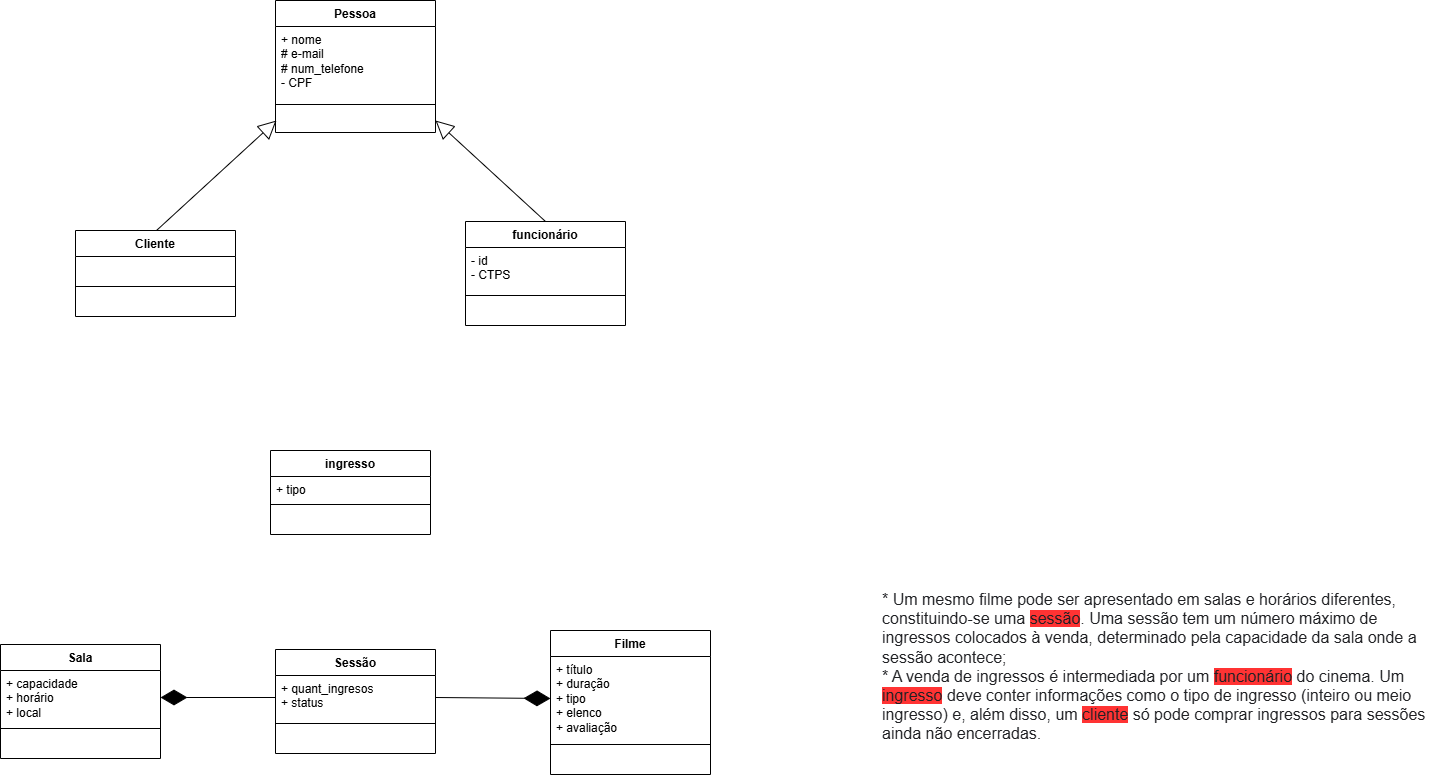
Before: APOO/cinema_diagrama_classe.png, a diagram exported from draw.io (joao-marcos-azvd/Estudos-de-programacao). Source tidied: cells renumbered, new cells last; positions are measured from the earlier drawing's top-left corner, leaving out a move shared by most shapes. Source of this version:
```xml
<mxGraphModel>
  <root>
    <mxCell id="0" />
    <mxCell id="1" parent="0" />
    <mxCell id="2" value="&lt;div style=&quot;color: rgb(32, 33, 36); font-family: docs-Roboto, Helvetica, Arial, sans-serif; font-size: 16px; font-style: normal; font-variant-ligatures: normal; font-variant-caps: normal; font-weight: 400; letter-spacing: normal; orphans: 2; text-align: start; text-indent: 0px; text-transform: none; widows: 2; word-spacing: 0px; -webkit-text-stroke-width: 0px; white-space: normal; background-color: rgb(255, 255, 255); text-decoration-thickness: initial; text-decoration-style: initial; text-decoration-color: initial;&quot;&gt;* Um mesmo filme pode ser apresentado em salas e horários diferentes, constituindo-se uma &lt;span style=&quot;background-color: rgb(255, 51, 51);&quot;&gt;sessão&lt;/span&gt;.&amp;nbsp;Uma sessão tem um número máximo de ingressos colocados à venda, determinado pela capacidade da sala onde a sessão acontece;&amp;nbsp;&lt;/div&gt;&lt;div style=&quot;color: rgb(32, 33, 36); font-family: docs-Roboto, Helvetica, Arial, sans-serif; font-size: 16px; font-style: normal; font-variant-ligatures: normal; font-variant-caps: normal; font-weight: 400; letter-spacing: normal; orphans: 2; text-align: start; text-indent: 0px; text-transform: none; widows: 2; word-spacing: 0px; -webkit-text-stroke-width: 0px; white-space: normal; text-decoration-thickness: initial; text-decoration-style: initial; text-decoration-color: initial;&quot;&gt;&lt;span style=&quot;background-color: rgb(255, 255, 255);&quot;&gt;* A venda de ingressos é intermediada por um &lt;/span&gt;&lt;span style=&quot;background-color: rgb(255, 51, 51);&quot;&gt;funcionário&lt;/span&gt;&lt;span style=&quot;background-color: rgb(255, 255, 255);&quot;&gt; do cinema. Um &lt;/span&gt;&lt;span style=&quot;background-color: rgb(255, 51, 51);&quot;&gt;ingresso&lt;/span&gt;&lt;span style=&quot;background-color: rgb(255, 255, 255);&quot;&gt; deve conter informações como o tipo de ingresso (inteiro ou meio ingresso) e, além disso, um &lt;/span&gt;&lt;span style=&quot;background-color: rgb(255, 51, 51);&quot;&gt;cliente&lt;/span&gt;&lt;span style=&quot;background-color: rgb(255, 255, 255);&quot;&gt; só pode comprar ingressos para sessões ainda não encerradas.&amp;nbsp; &amp;nbsp;&lt;/span&gt;&lt;/div&gt;" style="text;whiteSpace=wrap;html=1;" parent="1" vertex="1">
      <mxGeometry x="880" y="583" width="560" height="170" as="geometry" />
    </mxCell>
    <mxCell id="3" value="Sala" style="swimlane;fontStyle=1;align=center;verticalAlign=top;horizontal=1;startSize=26;whiteSpace=wrap;html=1;" parent="1" vertex="1">
      <mxGeometry y="644" width="160" height="114" as="geometry" />
    </mxCell>
    <mxCell id="4" value="+ capacidade&lt;div&gt;+ horário&lt;/div&gt;&lt;div&gt;+ local&lt;/div&gt;" style="text;strokeColor=none;fillColor=none;align=left;verticalAlign=top;spacingLeft=4;spacingRight=4;overflow=hidden;points=[[0,0.5],[1,0.5]];portConstraint=eastwest;whiteSpace=wrap;html=1;" parent="3" vertex="1">
      <mxGeometry y="26" width="160" height="54" as="geometry" />
    </mxCell>
    <mxCell id="5" style="line;strokeWidth=1;fillColor=none;align=left;verticalAlign=middle;spacingTop=-1;spacingLeft=3;spacingRight=3;labelPosition=right;strokeColor=inherit;" parent="3" vertex="1">
      <mxGeometry y="80" width="160" height="8" as="geometry" />
    </mxCell>
    <mxCell id="6" value="&amp;nbsp;" style="text;strokeColor=none;fillColor=none;align=left;verticalAlign=top;spacingLeft=4;spacingRight=4;overflow=hidden;whiteSpace=wrap;html=1;" parent="3" vertex="1">
      <mxGeometry y="88" width="160" height="26" as="geometry" />
    </mxCell>
    <mxCell id="7" value="ingresso" style="swimlane;fontStyle=1;align=center;verticalAlign=top;horizontal=1;startSize=26;whiteSpace=wrap;html=1;" parent="1" vertex="1">
      <mxGeometry x="270" y="450" width="160" height="84" as="geometry" />
    </mxCell>
    <mxCell id="8" value="+ tipo&lt;div&gt;&lt;br&gt;&lt;/div&gt;" style="text;strokeColor=none;fillColor=none;align=left;verticalAlign=top;spacingLeft=4;spacingRight=4;overflow=hidden;whiteSpace=wrap;html=1;" parent="7" vertex="1">
      <mxGeometry y="26" width="160" height="24" as="geometry" />
    </mxCell>
    <mxCell id="9" style="line;strokeWidth=1;fillColor=none;align=left;verticalAlign=middle;spacingTop=-1;spacingLeft=3;spacingRight=3;labelPosition=right;strokeColor=inherit;" parent="7" vertex="1">
      <mxGeometry y="50" width="160" height="8" as="geometry" />
    </mxCell>
    <mxCell id="10" value="&amp;nbsp;" style="text;strokeColor=none;fillColor=none;align=left;verticalAlign=top;spacingLeft=4;spacingRight=4;overflow=hidden;points=[[0,0.5],[1,0.5]];portConstraint=eastwest;whiteSpace=wrap;html=1;" parent="7" vertex="1">
      <mxGeometry y="58" width="160" height="26" as="geometry" />
    </mxCell>
    <mxCell id="11" value="funcionário" style="swimlane;fontStyle=1;align=center;verticalAlign=top;horizontal=1;startSize=26;whiteSpace=wrap;html=1;" parent="1" vertex="1">
      <mxGeometry x="465" y="221" width="160" height="104" as="geometry" />
    </mxCell>
    <mxCell id="12" value="- id&lt;div&gt;- CTPS&lt;/div&gt;" style="text;strokeColor=none;fillColor=none;align=left;verticalAlign=top;spacingLeft=4;spacingRight=4;overflow=hidden;whiteSpace=wrap;html=1;" parent="11" vertex="1">
      <mxGeometry y="26" width="160" height="44" as="geometry" />
    </mxCell>
    <mxCell id="13" style="line;strokeWidth=1;fillColor=none;align=left;verticalAlign=middle;spacingTop=-1;spacingLeft=3;spacingRight=3;labelPosition=right;strokeColor=inherit;" parent="11" vertex="1">
      <mxGeometry y="70" width="160" height="8" as="geometry" />
    </mxCell>
    <mxCell id="14" value="&amp;nbsp;" style="text;strokeColor=none;fillColor=none;align=left;verticalAlign=top;spacingLeft=4;spacingRight=4;overflow=hidden;whiteSpace=wrap;html=1;" parent="11" vertex="1">
      <mxGeometry y="78" width="160" height="26" as="geometry" />
    </mxCell>
    <mxCell id="15" value="Filme" style="swimlane;fontStyle=1;align=center;verticalAlign=top;horizontal=1;startSize=26;whiteSpace=wrap;html=1;" parent="1" vertex="1">
      <mxGeometry x="550" y="630" width="160" height="144" as="geometry" />
    </mxCell>
    <mxCell id="16" value="+ título&lt;div&gt;+ duração&lt;/div&gt;&lt;div&gt;+ tipo&lt;/div&gt;&lt;div&gt;+ elenco&lt;/div&gt;&lt;div&gt;+ avaliação&lt;/div&gt;" style="text;strokeColor=none;fillColor=none;align=left;verticalAlign=top;spacingLeft=4;spacingRight=4;overflow=hidden;points=[[0,0.5],[1,0.5]];portConstraint=eastwest;whiteSpace=wrap;html=1;" parent="15" vertex="1">
      <mxGeometry y="26" width="160" height="84" as="geometry" />
    </mxCell>
    <mxCell id="17" style="line;strokeWidth=1;fillColor=none;align=left;verticalAlign=middle;spacingTop=-1;spacingLeft=3;spacingRight=3;labelPosition=right;strokeColor=inherit;" parent="15" vertex="1">
      <mxGeometry y="110" width="160" height="8" as="geometry" />
    </mxCell>
    <mxCell id="18" value="&amp;nbsp;" style="text;strokeColor=none;fillColor=none;align=left;verticalAlign=top;spacingLeft=4;spacingRight=4;overflow=hidden;whiteSpace=wrap;html=1;" parent="15" vertex="1">
      <mxGeometry y="118" width="160" height="26" as="geometry" />
    </mxCell>
    <mxCell id="19" value="Cliente" style="swimlane;fontStyle=1;align=center;verticalAlign=top;horizontal=1;startSize=26;whiteSpace=wrap;html=1;" parent="1" vertex="1">
      <mxGeometry x="75" y="230" width="160" height="86" as="geometry" />
    </mxCell>
    <mxCell id="20" value="&amp;nbsp;" style="text;strokeColor=none;fillColor=none;align=left;verticalAlign=top;spacingLeft=4;spacingRight=4;overflow=hidden;whiteSpace=wrap;html=1;" parent="19" vertex="1">
      <mxGeometry y="26" width="160" height="26" as="geometry" />
    </mxCell>
    <mxCell id="21" style="line;strokeWidth=1;fillColor=none;align=left;verticalAlign=middle;spacingTop=-1;spacingLeft=3;spacingRight=3;labelPosition=right;strokeColor=inherit;" parent="19" vertex="1">
      <mxGeometry y="52" width="160" height="8" as="geometry" />
    </mxCell>
    <mxCell id="22" value="&amp;nbsp;" style="text;strokeColor=none;fillColor=none;align=left;verticalAlign=top;spacingLeft=4;spacingRight=4;overflow=hidden;whiteSpace=wrap;html=1;" parent="19" vertex="1">
      <mxGeometry y="60" width="160" height="26" as="geometry" />
    </mxCell>
    <mxCell id="23" value="Pessoa" style="swimlane;fontStyle=1;align=center;verticalAlign=top;horizontal=1;startSize=26;whiteSpace=wrap;html=1;" parent="1" vertex="1">
      <mxGeometry x="275" width="160" height="132" as="geometry" />
    </mxCell>
    <mxCell id="24" value="&lt;div&gt;+ nome&lt;/div&gt;&lt;div&gt;&lt;span style=&quot;background-color: initial;&quot;&gt;# e-mail&lt;/span&gt;&lt;/div&gt;&lt;div&gt;# num_telefone&lt;/div&gt;- CPF&lt;div&gt;&lt;br&gt;&lt;/div&gt;" style="text;strokeColor=none;fillColor=none;align=left;verticalAlign=top;spacingLeft=4;spacingRight=4;overflow=hidden;whiteSpace=wrap;html=1;" parent="23" vertex="1">
      <mxGeometry y="26" width="160" height="74" as="geometry" />
    </mxCell>
    <mxCell id="25" style="line;strokeWidth=1;fillColor=none;align=left;verticalAlign=middle;spacingTop=-1;spacingLeft=3;spacingRight=3;labelPosition=right;strokeColor=inherit;" parent="23" vertex="1">
      <mxGeometry y="100" width="160" height="8" as="geometry" />
    </mxCell>
    <mxCell id="26" value="&amp;nbsp;" style="text;strokeColor=none;fillColor=none;align=left;verticalAlign=top;spacingLeft=4;spacingRight=4;overflow=hidden;points=[[0,0.5],[1,0.5]];portConstraint=eastwest;whiteSpace=wrap;html=1;" parent="23" vertex="1">
      <mxGeometry y="108" width="160" height="24" as="geometry" />
    </mxCell>
    <mxCell id="27" value="Sessão" style="swimlane;fontStyle=1;align=center;verticalAlign=top;horizontal=1;startSize=26;whiteSpace=wrap;html=1;" parent="1" vertex="1">
      <mxGeometry x="275" y="649" width="160" height="104" as="geometry" />
    </mxCell>
    <mxCell id="28" value="+ quant_ingresos&lt;div&gt;+ status&lt;/div&gt;&lt;div&gt;&lt;br&gt;&lt;/div&gt;" style="text;strokeColor=none;fillColor=none;align=left;verticalAlign=top;spacingLeft=4;spacingRight=4;overflow=hidden;points=[[0,0.5],[1,0.5]];portConstraint=eastwest;whiteSpace=wrap;html=1;" parent="27" vertex="1">
      <mxGeometry y="26" width="160" height="44" as="geometry" />
    </mxCell>
    <mxCell id="29" style="line;strokeWidth=1;fillColor=none;align=left;verticalAlign=middle;spacingTop=-1;spacingLeft=3;spacingRight=3;labelPosition=right;strokeColor=inherit;" parent="27" vertex="1">
      <mxGeometry y="70" width="160" height="8" as="geometry" />
    </mxCell>
    <mxCell id="30" value="&amp;nbsp;" style="text;strokeColor=none;fillColor=none;align=left;verticalAlign=top;spacingLeft=4;spacingRight=4;overflow=hidden;whiteSpace=wrap;html=1;" parent="27" vertex="1">
      <mxGeometry y="78" width="160" height="26" as="geometry" />
    </mxCell>
    <mxCell id="31" style="endArrow=diamondThin;endFill=1;endSize=24;html=1;rounded=0;entryX=1;entryY=0.5;entryDx=0;entryDy=0;exitX=0;exitY=0.5;exitDx=0;exitDy=0;" parent="1" edge="1" source="28" target="4">
      <mxGeometry relative="1" as="geometry" />
    </mxCell>
    <mxCell id="32" style="endArrow=block;endSize=16;endFill=0;html=1;rounded=0;entryX=0;entryY=0.5;entryDx=0;entryDy=0;exitX=0.5;exitY=0;exitDx=0;exitDy=0;" parent="1" edge="1">
      <mxGeometry relative="1" as="geometry">
        <mxPoint x="156" y="230" as="sourcePoint" />
        <mxPoint x="276" y="120" as="targetPoint" />
      </mxGeometry>
    </mxCell>
    <mxCell id="33" style="endArrow=block;endSize=16;endFill=0;html=1;rounded=0;entryX=1;entryY=0.5;entryDx=0;entryDy=0;exitX=0.5;exitY=0;exitDx=0;exitDy=0;" parent="1" edge="1" source="11" target="26">
      <mxGeometry relative="1" as="geometry" />
    </mxCell>
    <mxCell id="34" style="endArrow=diamondThin;endFill=1;endSize=24;html=1;rounded=0;entryX=0;entryY=0.5;entryDx=0;entryDy=0;exitX=1;exitY=0.5;exitDx=0;exitDy=0;" parent="1" edge="1" source="28" target="16">
      <mxGeometry relative="1" as="geometry" />
    </mxCell>
  </root>
</mxGraphModel>
```
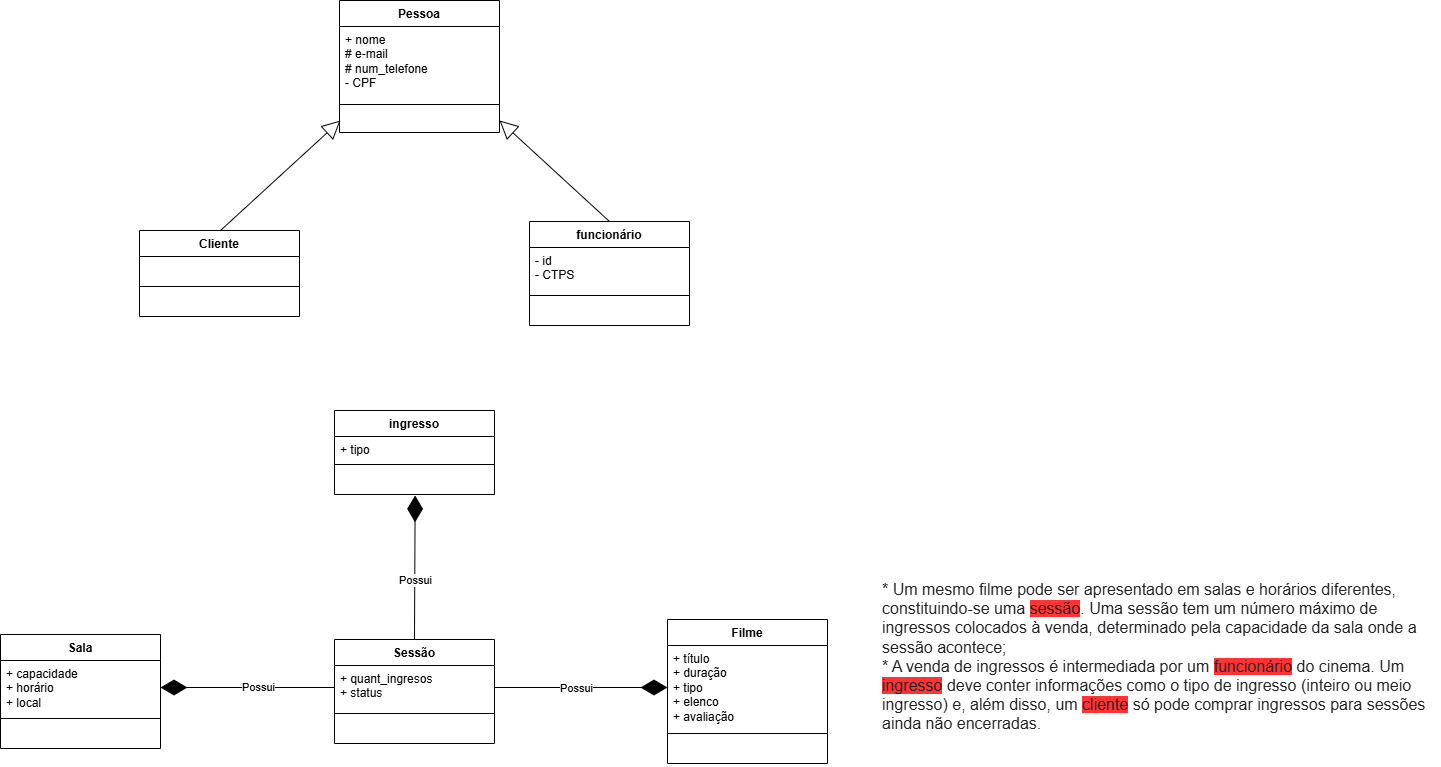
After the commit.

Change to the diagram source:
```diff
@@ -18,7 +18,7 @@
       <mxGeometry y="88" width="160" height="26" as="geometry" />
     </mxCell>
     <mxCell id="7" value="ingresso" style="swimlane;fontStyle=1;align=center;verticalAlign=top;horizontal=1;startSize=26;whiteSpace=wrap;html=1;" parent="1" vertex="1">
-      <mxGeometry x="270" y="450" width="160" height="84" as="geometry" />
+      <mxGeometry x="334" y="420" width="160" height="84" as="geometry" />
     </mxCell>
     <mxCell id="8" value="+ tipo&lt;div&gt;&lt;br&gt;&lt;/div&gt;" style="text;strokeColor=none;fillColor=none;align=left;verticalAlign=top;spacingLeft=4;spacingRight=4;overflow=hidden;whiteSpace=wrap;html=1;" parent="7" vertex="1">
       <mxGeometry y="26" width="160" height="24" as="geometry" />
@@ -30,7 +30,7 @@
       <mxGeometry y="58" width="160" height="26" as="geometry" />
     </mxCell>
     <mxCell id="11" value="funcionário" style="swimlane;fontStyle=1;align=center;verticalAlign=top;horizontal=1;startSize=26;whiteSpace=wrap;html=1;" parent="1" vertex="1">
-      <mxGeometry x="465" y="221" width="160" height="104" as="geometry" />
+      <mxGeometry x="529" y="231" width="160" height="104" as="geometry" />
     </mxCell>
     <mxCell id="12" value="- id&lt;div&gt;- CTPS&lt;/div&gt;" style="text;strokeColor=none;fillColor=none;align=left;verticalAlign=top;spacingLeft=4;spacingRight=4;overflow=hidden;whiteSpace=wrap;html=1;" parent="11" vertex="1">
       <mxGeometry y="26" width="160" height="44" as="geometry" />
@@ -42,7 +42,7 @@
       <mxGeometry y="78" width="160" height="26" as="geometry" />
     </mxCell>
     <mxCell id="15" value="Filme" style="swimlane;fontStyle=1;align=center;verticalAlign=top;horizontal=1;startSize=26;whiteSpace=wrap;html=1;" parent="1" vertex="1">
-      <mxGeometry x="550" y="630" width="160" height="144" as="geometry" />
+      <mxGeometry x="667" y="629" width="160" height="144" as="geometry" />
     </mxCell>
     <mxCell id="16" value="+ título&lt;div&gt;+ duração&lt;/div&gt;&lt;div&gt;+ tipo&lt;/div&gt;&lt;div&gt;+ elenco&lt;/div&gt;&lt;div&gt;+ avaliação&lt;/div&gt;" style="text;strokeColor=none;fillColor=none;align=left;verticalAlign=top;spacingLeft=4;spacingRight=4;overflow=hidden;points=[[0,0.5],[1,0.5]];portConstraint=eastwest;whiteSpace=wrap;html=1;" parent="15" vertex="1">
       <mxGeometry y="26" width="160" height="84" as="geometry" />
@@ -54,7 +54,7 @@
       <mxGeometry y="118" width="160" height="26" as="geometry" />
     </mxCell>
     <mxCell id="19" value="Cliente" style="swimlane;fontStyle=1;align=center;verticalAlign=top;horizontal=1;startSize=26;whiteSpace=wrap;html=1;" parent="1" vertex="1">
-      <mxGeometry x="75" y="230" width="160" height="86" as="geometry" />
+      <mxGeometry x="139" y="240" width="160" height="86" as="geometry" />
     </mxCell>
     <mxCell id="20" value="&amp;nbsp;" style="text;strokeColor=none;fillColor=none;align=left;verticalAlign=top;spacingLeft=4;spacingRight=4;overflow=hidden;whiteSpace=wrap;html=1;" parent="19" vertex="1">
       <mxGeometry y="26" width="160" height="26" as="geometry" />
@@ -66,7 +66,7 @@
       <mxGeometry y="60" width="160" height="26" as="geometry" />
     </mxCell>
     <mxCell id="23" value="Pessoa" style="swimlane;fontStyle=1;align=center;verticalAlign=top;horizontal=1;startSize=26;whiteSpace=wrap;html=1;" parent="1" vertex="1">
-      <mxGeometry x="275" width="160" height="132" as="geometry" />
+      <mxGeometry x="339" y="10" width="160" height="132" as="geometry" />
     </mxCell>
     <mxCell id="24" value="&lt;div&gt;+ nome&lt;/div&gt;&lt;div&gt;&lt;span style=&quot;background-color: initial;&quot;&gt;# e-mail&lt;/span&gt;&lt;/div&gt;&lt;div&gt;# num_telefone&lt;/div&gt;- CPF&lt;div&gt;&lt;br&gt;&lt;/div&gt;" style="text;strokeColor=none;fillColor=none;align=left;verticalAlign=top;spacingLeft=4;spacingRight=4;overflow=hidden;whiteSpace=wrap;html=1;" parent="23" vertex="1">
       <mxGeometry y="26" width="160" height="74" as="geometry" />
@@ -78,7 +78,7 @@
       <mxGeometry y="108" width="160" height="24" as="geometry" />
     </mxCell>
     <mxCell id="27" value="Sessão" style="swimlane;fontStyle=1;align=center;verticalAlign=top;horizontal=1;startSize=26;whiteSpace=wrap;html=1;" parent="1" vertex="1">
-      <mxGeometry x="275" y="649" width="160" height="104" as="geometry" />
+      <mxGeometry x="334" y="649" width="160" height="104" as="geometry" />
     </mxCell>
     <mxCell id="28" value="+ quant_ingresos&lt;div&gt;+ status&lt;/div&gt;&lt;div&gt;&lt;br&gt;&lt;/div&gt;" style="text;strokeColor=none;fillColor=none;align=left;verticalAlign=top;spacingLeft=4;spacingRight=4;overflow=hidden;points=[[0,0.5],[1,0.5]];portConstraint=eastwest;whiteSpace=wrap;html=1;" parent="27" vertex="1">
       <mxGeometry y="26" width="160" height="44" as="geometry" />
@@ -92,10 +92,13 @@
     <mxCell id="31" style="endArrow=diamondThin;endFill=1;endSize=24;html=1;rounded=0;entryX=1;entryY=0.5;entryDx=0;entryDy=0;exitX=0;exitY=0.5;exitDx=0;exitDy=0;" parent="1" edge="1" source="28" target="4">
       <mxGeometry relative="1" as="geometry" />
     </mxCell>
+    <mxCell id="35" value="Possui" style="edgeLabel;html=1;align=center;verticalAlign=middle;" parent="31" vertex="1">
+      <mxGeometry x="-0.13" y="-1" relative="1" as="geometry" />
+    </mxCell>
     <mxCell id="32" style="endArrow=block;endSize=16;endFill=0;html=1;rounded=0;entryX=0;entryY=0.5;entryDx=0;entryDy=0;exitX=0.5;exitY=0;exitDx=0;exitDy=0;" parent="1" edge="1">
       <mxGeometry relative="1" as="geometry">
-        <mxPoint x="156" y="230" as="sourcePoint" />
-        <mxPoint x="276" y="120" as="targetPoint" />
+        <mxPoint x="220" y="240" as="sourcePoint" />
+        <mxPoint x="340" y="130" as="targetPoint" />
       </mxGeometry>
     </mxCell>
     <mxCell id="33" style="endArrow=block;endSize=16;endFill=0;html=1;rounded=0;entryX=1;entryY=0.5;entryDx=0;entryDy=0;exitX=0.5;exitY=0;exitDx=0;exitDy=0;" parent="1" edge="1" source="11" target="26">
@@ -104,5 +107,16 @@
     <mxCell id="34" style="endArrow=diamondThin;endFill=1;endSize=24;html=1;rounded=0;entryX=0;entryY=0.5;entryDx=0;entryDy=0;exitX=1;exitY=0.5;exitDx=0;exitDy=0;" parent="1" edge="1" source="28" target="16">
       <mxGeometry relative="1" as="geometry" />
     </mxCell>
+    <mxCell id="36" value="Possui" style="edgeLabel;html=1;align=center;verticalAlign=middle;" parent="34" vertex="1">
+      <mxGeometry x="-0.05" y="-3" relative="1" as="geometry">
+        <mxPoint x="-1" y="-3" as="offset" />
+      </mxGeometry>
+    </mxCell>
+    <mxCell id="37" style="endArrow=diamondThin;endFill=1;endSize=24;html=1;rounded=0;exitX=0.5;exitY=0;exitDx=0;exitDy=0;entryX=0.504;entryY=1.035;entryDx=0;entryDy=0;entryPerimeter=0;" parent="1" edge="1" source="27" target="10">
+      <mxGeometry relative="1" as="geometry" />
+    </mxCell>
+    <mxCell id="38" value="Possui" style="edgeLabel;html=1;align=center;verticalAlign=middle;" parent="37" vertex="1">
+      <mxGeometry x="-0.16" relative="1" as="geometry" />
+    </mxCell>
   </root>
 </mxGraphModel>
```
